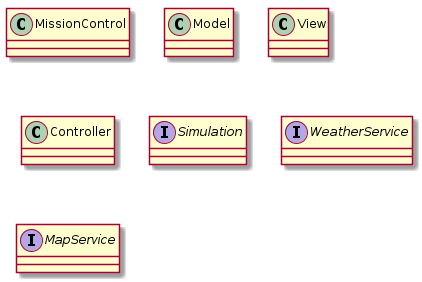
Above: uml_diagrams/class_diagram/class_diagram.png in andrewellio/mission-control- (PlantUML), before the change. The source it was exported from:
```plantuml
@startuml
class MissionControl

class Model
class View
class Controller

interface Simulation
interface WeatherService
interface MapService
@enduml
```
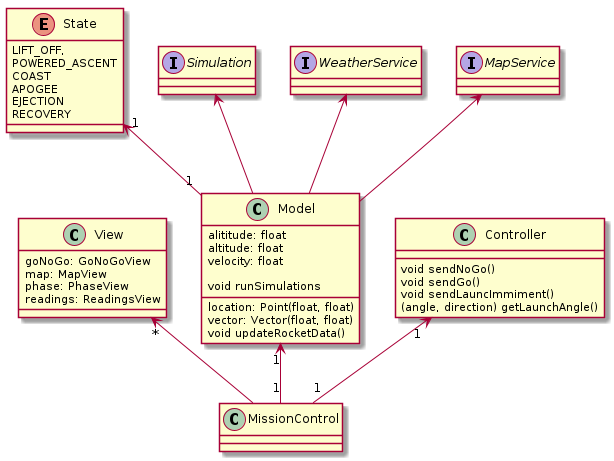
Later version of the same file.

Commit message:
Update class diagram

Change to the diagram source:
```diff
@@ -1,11 +1,53 @@
 @startuml
-class MissionControl
+class MissionControl {
 
-class Model
-class View
-class Controller
+}
+
+class View {
+  goNoGo: GoNoGoView
+  map: MapView
+  phase: PhaseView
+  readings: ReadingsView
+}
+
+class Model {
+  alititude: float
+  location: Point(float, float)
+  vector: Vector(float, float)
+  altitude: float
+  velocity: float
+
+  void updateRocketData()
+  void runSimulations
+}
+
+class Controller {
+  void sendNoGo()
+  void sendGo()
+  void sendLauncImmiment()
+  (angle, direction) getLaunchAngle()
+}
+
+View "*" <-- MissionControl
+Model "1" <-- "1" MissionControl
+Controller "1" <-- "1" MissionControl
+
+enum State {
+  LIFT_OFF,
+  POWERED_ASCENT
+  COAST
+  APOGEE
+  EJECTION
+  RECOVERY
+}
+
+State "1" <-- "1" Model
 
 interface Simulation
 interface WeatherService
 interface MapService
+
+Simulation <-- Model
+WeatherService <-- Model
+MapService <-- Model
 @enduml
```
